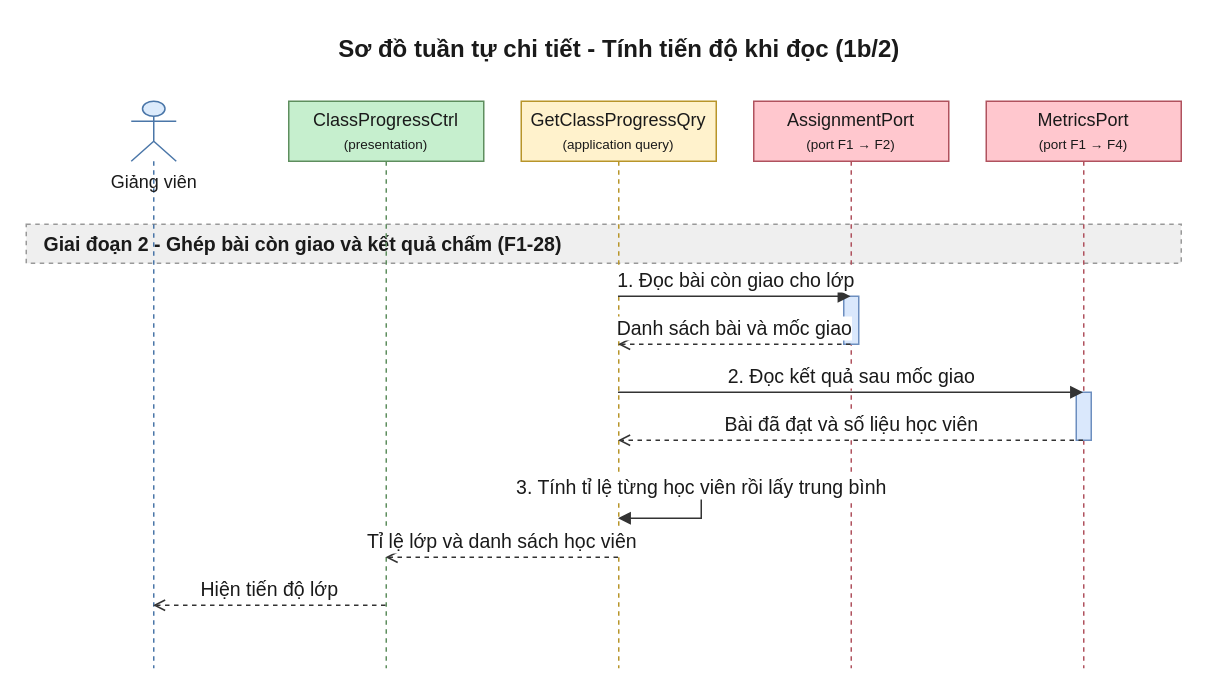
The draw.io diagram 08-diagram/sequence/gv/sequence_gv_xem_tien_do_lop_p1b.drawio in daiphu1801/PRJ_ALGOPREP, before the edit. Source tidied: cells renumbered, new cells numbered last; positions are measured from the earlier drawing's top-left corner, leaving out a move shared by most shapes. Both pictures are drawn from the tidied source at 150%, with x=0, y=0 at pixel (26, 26).
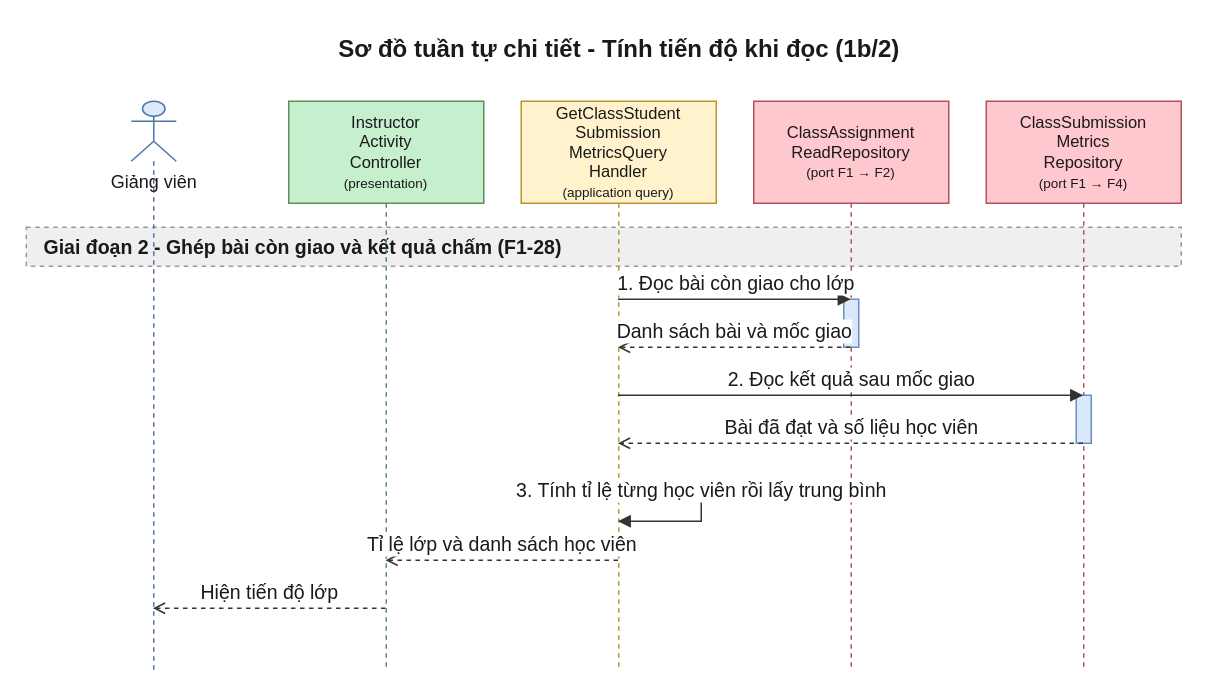
The same diagram, later.

The edit, as a diff of the source:
```diff
@@
 <mxGraphModel>
   <root>
     <mxCell id="0" />
     <mxCell id="1" parent="0" />
     <mxCell id="2" value="Sơ đồ tuần tự chi tiết - Tính tiến độ khi đọc (1b/2)" style="text;html=1;fontSize=16;fontStyle=1;align=center;verticalAlign=middle;fontColor=#1A1A1A;" parent="1" vertex="1">
       <mxGeometry x="20" width="750" height="30" as="geometry" />
     </mxCell>
     <mxCell id="3" value="Giai đoạn 2 - Ghép bài còn giao và kết quả chấm (F1-28)" style="algoprep=phase;rounded=0;whiteSpace=wrap;html=1;fillColor=#EFEFEF;strokeColor=#999999;dashed=1;align=left;verticalAlign=middle;spacingLeft=10;fontColor=#1A1A1A;fontSize=13;fontStyle=1;" parent="1" vertex="1">
-      <mxGeometry y="132" width="770" height="26" as="geometry" />
+      <mxGeometry y="134" width="770" height="26" as="geometry" />
     </mxCell>
     <mxCell id="4" value="Giảng viên" style="shape=umlLifeline;participant=umlActor;perimeter=lifelinePerimeter;html=1;outlineConnect=0;size=40;verticalAlign=top;spacingTop=40;fillColor=#DCEBFC;strokeColor=#4A76A8;fontColor=#1A1A1A;" parent="1" vertex="1">
-      <mxGeometry x="70" y="50" width="30" height="378" as="geometry" />
+      <mxGeometry x="70" y="50" width="30" height="380" as="geometry" />
     </mxCell>
-    <mxCell id="5" value="ClassProgressCtrl&lt;br&gt;&lt;font style=&quot;font-size:9px&quot;&gt;(presentation)&lt;/font&gt;" style="shape=umlLifeline;perimeter=lifelinePerimeter;whiteSpace=wrap;html=1;outlineConnect=0;size=40;fillColor=#C6EFCE;strokeColor=#5E8E5E;fontColor=#1A1A1A;" parent="1" vertex="1">
-      <mxGeometry x="175" y="50" width="130" height="378" as="geometry" />
+    <mxCell id="5" value="Instructor&lt;br&gt;Activity&lt;br&gt;Controller&lt;br&gt;&lt;font style=&quot;font-size:9px&quot;&gt;(presentation)&lt;/font&gt;" style="shape=umlLifeline;perimeter=lifelinePerimeter;whiteSpace=wrap;html=1;outlineConnect=0;size=68;fontSize=11;fillColor=#C6EFCE;strokeColor=#5E8E5E;fontColor=#1A1A1A;" parent="1" vertex="1">
+      <mxGeometry x="175" y="50" width="130" height="380" as="geometry" />
     </mxCell>
-    <mxCell id="6" value="GetClassProgressQry&lt;br&gt;&lt;font style=&quot;font-size:9px&quot;&gt;(application query)&lt;/font&gt;" style="shape=umlLifeline;perimeter=lifelinePerimeter;whiteSpace=wrap;html=1;outlineConnect=0;size=40;fillColor=#FFF2CC;strokeColor=#B8952A;fontColor=#1A1A1A;" parent="1" vertex="1">
-      <mxGeometry x="330" y="50" width="130" height="378" as="geometry" />
+    <mxCell id="6" value="GetClassStudent&lt;br&gt;Submission&lt;br&gt;MetricsQuery&lt;br&gt;Handler&lt;br&gt;&lt;font style=&quot;font-size:9px&quot;&gt;(application query)&lt;/font&gt;" style="shape=umlLifeline;perimeter=lifelinePerimeter;whiteSpace=wrap;html=1;outlineConnect=0;size=68;fontSize=11;fillColor=#FFF2CC;strokeColor=#B8952A;fontColor=#1A1A1A;" parent="1" vertex="1">
+      <mxGeometry x="330" y="50" width="130" height="380" as="geometry" />
     </mxCell>
-    <mxCell id="7" value="AssignmentPort&lt;br&gt;&lt;font style=&quot;font-size:9px&quot;&gt;(port F1 → F2)&lt;/font&gt;" style="shape=umlLifeline;perimeter=lifelinePerimeter;whiteSpace=wrap;html=1;outlineConnect=0;size=40;fillColor=#FFC7CE;strokeColor=#B0525E;fontColor=#1A1A1A;" parent="1" vertex="1">
-      <mxGeometry x="485" y="50" width="130" height="378" as="geometry" />
+    <mxCell id="7" value="ClassAssignment&lt;br&gt;ReadRepository&lt;br&gt;&lt;font style=&quot;font-size:9px&quot;&gt;(port F1 → F2)&lt;/font&gt;" style="shape=umlLifeline;perimeter=lifelinePerimeter;whiteSpace=wrap;html=1;outlineConnect=0;size=68;fontSize=11;fillColor=#FFC7CE;strokeColor=#B0525E;fontColor=#1A1A1A;" parent="1" vertex="1">
+      <mxGeometry x="485" y="50" width="130" height="380" as="geometry" />
     </mxCell>
-    <mxCell id="8" value="MetricsPort&lt;br&gt;&lt;font style=&quot;font-size:9px&quot;&gt;(port F1 → F4)&lt;/font&gt;" style="shape=umlLifeline;perimeter=lifelinePerimeter;whiteSpace=wrap;html=1;outlineConnect=0;size=40;fillColor=#FFC7CE;strokeColor=#B0525E;fontColor=#1A1A1A;" parent="1" vertex="1">
-      <mxGeometry x="640" y="50" width="130" height="378" as="geometry" />
+    <mxCell id="8" value="ClassSubmission&lt;br&gt;Metrics&lt;br&gt;Repository&lt;br&gt;&lt;font style=&quot;font-size:9px&quot;&gt;(port F1 → F4)&lt;/font&gt;" style="shape=umlLifeline;perimeter=lifelinePerimeter;whiteSpace=wrap;html=1;outlineConnect=0;size=68;fontSize=11;fillColor=#FFC7CE;strokeColor=#B0525E;fontColor=#1A1A1A;" parent="1" vertex="1">
+      <mxGeometry x="640" y="50" width="130" height="380" as="geometry" />
     </mxCell>
     <mxCell id="9" style="html=1;perimeter=orthogonalPerimeter;targetShapes=umlLifeline;fillColor=#DAE8FC;strokeColor=#6C8EBF;" parent="7" vertex="1">
-      <mxGeometry x="60" y="130" width="10" height="32" as="geometry" />
+      <mxGeometry x="60" y="132" width="10" height="32" as="geometry" />
     </mxCell>
     <mxCell id="10" style="html=1;perimeter=orthogonalPerimeter;targetShapes=umlLifeline;fillColor=#DAE8FC;strokeColor=#6C8EBF;" parent="8" vertex="1">
-      <mxGeometry x="60" y="194" width="10" height="32" as="geometry" />
+      <mxGeometry x="60" y="196" width="10" height="32" as="geometry" />
     </mxCell>
-    <mxCell id="11" value="1. Đọc bài còn giao cho lớp" style="edgeStyle=none;html=1;endArrow=block;endFill=1;strokeColor=#333333;fontColor=#1A1A1A;fontSize=13;verticalAlign=bottom;exitX=0.5;exitY=0.3439;exitDx=0;exitDy=0;entryX=0.5;entryY=0.3439;entryDx=0;entryDy=0;" parent="1" edge="1" source="6" target="7">
+    <mxCell id="11" value="1. Đọc bài còn giao cho lớp" style="edgeStyle=none;html=1;endArrow=block;endFill=1;strokeColor=#333333;fontColor=#1A1A1A;fontSize=13;verticalAlign=bottom;exitX=0.5;exitY=0.3474;exitDx=0;exitDy=0;entryX=0.5;entryY=0.3474;entryDx=0;entryDy=0;" parent="1" edge="1" source="6" target="7">
       <mxGeometry relative="1" as="geometry" />
     </mxCell>
-    <mxCell id="12" value="Danh sách bài và mốc giao" style="edgeStyle=none;html=1;endArrow=open;endFill=0;dashed=1;strokeColor=#333333;fontColor=#1A1A1A;fontSize=13;verticalAlign=bottom;exitX=0.5;exitY=0.4286;exitDx=0;exitDy=0;entryX=0.5;entryY=0.4286;entryDx=0;entryDy=0;" parent="1" edge="1" source="7" target="6">
+    <mxCell id="12" value="Danh sách bài và mốc giao" style="edgeStyle=none;html=1;endArrow=open;endFill=0;dashed=1;strokeColor=#333333;fontColor=#1A1A1A;fontSize=13;verticalAlign=bottom;exitX=0.5;exitY=0.4316;exitDx=0;exitDy=0;entryX=0.5;entryY=0.4316;entryDx=0;entryDy=0;" parent="1" edge="1" source="7" target="6">
       <mxGeometry relative="1" as="geometry" />
     </mxCell>
-    <mxCell id="13" value="2. Đọc kết quả sau mốc giao" style="edgeStyle=none;html=1;endArrow=block;endFill=1;strokeColor=#333333;fontColor=#1A1A1A;fontSize=13;verticalAlign=bottom;exitX=0.5;exitY=0.5132;exitDx=0;exitDy=0;entryX=0.5;entryY=0.5132;entryDx=0;entryDy=0;" parent="1" edge="1" source="6" target="8">
+    <mxCell id="13" value="2. Đọc kết quả sau mốc giao" style="edgeStyle=none;html=1;endArrow=block;endFill=1;strokeColor=#333333;fontColor=#1A1A1A;fontSize=13;verticalAlign=bottom;exitX=0.5;exitY=0.5158;exitDx=0;exitDy=0;entryX=0.5;entryY=0.5158;entryDx=0;entryDy=0;" parent="1" edge="1" source="6" target="8">
       <mxGeometry relative="1" as="geometry" />
     </mxCell>
-    <mxCell id="14" value="Bài đã đạt và số liệu học viên" style="edgeStyle=none;html=1;endArrow=open;endFill=0;dashed=1;strokeColor=#333333;fontColor=#1A1A1A;fontSize=13;verticalAlign=bottom;exitX=0.5;exitY=0.5979;exitDx=0;exitDy=0;entryX=0.5;entryY=0.5979;entryDx=0;entryDy=0;" parent="1" edge="1" source="8" target="6">
+    <mxCell id="14" value="Bài đã đạt và số liệu học viên" style="edgeStyle=none;html=1;endArrow=open;endFill=0;dashed=1;strokeColor=#333333;fontColor=#1A1A1A;fontSize=13;verticalAlign=bottom;exitX=0.5;exitY=0.6000;exitDx=0;exitDy=0;entryX=0.5;entryY=0.6000;entryDx=0;entryDy=0;" parent="1" edge="1" source="8" target="6">
       <mxGeometry relative="1" as="geometry" />
     </mxCell>
-    <mxCell id="15" value="3. Tính tỉ lệ từng học viên rồi lấy trung bình" style="edgeStyle=orthogonalEdgeStyle;rounded=0;html=1;endArrow=block;endFill=1;strokeColor=#333333;fontColor=#1A1A1A;fontSize=13;verticalAlign=bottom;exitX=0.5;exitY=0.6825;exitDx=0;exitDy=0;entryX=0.5;entryY=0.7354;entryDx=0;entryDy=0;" parent="1" edge="1" source="6" target="6">
+    <mxCell id="15" value="3. Tính tỉ lệ từng học viên rồi lấy trung bình" style="edgeStyle=orthogonalEdgeStyle;rounded=0;html=1;endArrow=block;endFill=1;strokeColor=#333333;fontColor=#1A1A1A;fontSize=13;verticalAlign=bottom;exitX=0.5;exitY=0.6842;exitDx=0;exitDy=0;entryX=0.5;entryY=0.7368;entryDx=0;entryDy=0;" parent="1" edge="1" source="6" target="6">
       <mxGeometry relative="1" as="geometry">
         <Array as="points">
-          <mxPoint x="450" y="308" />
-          <mxPoint x="450" y="328" />
+          <mxPoint x="450" y="310" />
+          <mxPoint x="450" y="330" />
         </Array>
       </mxGeometry>
     </mxCell>
-    <mxCell id="16" value="Tỉ lệ lớp và danh sách học viên" style="edgeStyle=none;html=1;endArrow=open;endFill=0;dashed=1;strokeColor=#333333;fontColor=#1A1A1A;fontSize=13;verticalAlign=bottom;exitX=0.5;exitY=0.8042;exitDx=0;exitDy=0;entryX=0.5;entryY=0.8042;entryDx=0;entryDy=0;" parent="1" edge="1" source="6" target="5">
+    <mxCell id="16" value="Tỉ lệ lớp và danh sách học viên" style="edgeStyle=none;html=1;endArrow=open;endFill=0;dashed=1;strokeColor=#333333;fontColor=#1A1A1A;fontSize=13;verticalAlign=bottom;exitX=0.5;exitY=0.8053;exitDx=0;exitDy=0;entryX=0.5;entryY=0.8053;entryDx=0;entryDy=0;" parent="1" edge="1" source="6" target="5">
       <mxGeometry relative="1" as="geometry" />
     </mxCell>
-    <mxCell id="17" value="Hiện tiến độ lớp" style="edgeStyle=none;html=1;endArrow=open;endFill=0;dashed=1;strokeColor=#333333;fontColor=#1A1A1A;fontSize=13;verticalAlign=bottom;exitX=0.5;exitY=0.8889;exitDx=0;exitDy=0;entryX=0.5;entryY=0.8889;entryDx=0;entryDy=0;" parent="1" edge="1" source="5" target="4">
+    <mxCell id="17" value="Hiện tiến độ lớp" style="edgeStyle=none;html=1;endArrow=open;endFill=0;dashed=1;strokeColor=#333333;fontColor=#1A1A1A;fontSize=13;verticalAlign=bottom;exitX=0.5;exitY=0.8895;exitDx=0;exitDy=0;entryX=0.5;entryY=0.8895;entryDx=0;entryDy=0;" parent="1" edge="1" source="5" target="4">
       <mxGeometry relative="1" as="geometry" />
     </mxCell>
   </root>
 </mxGraphModel>
```
